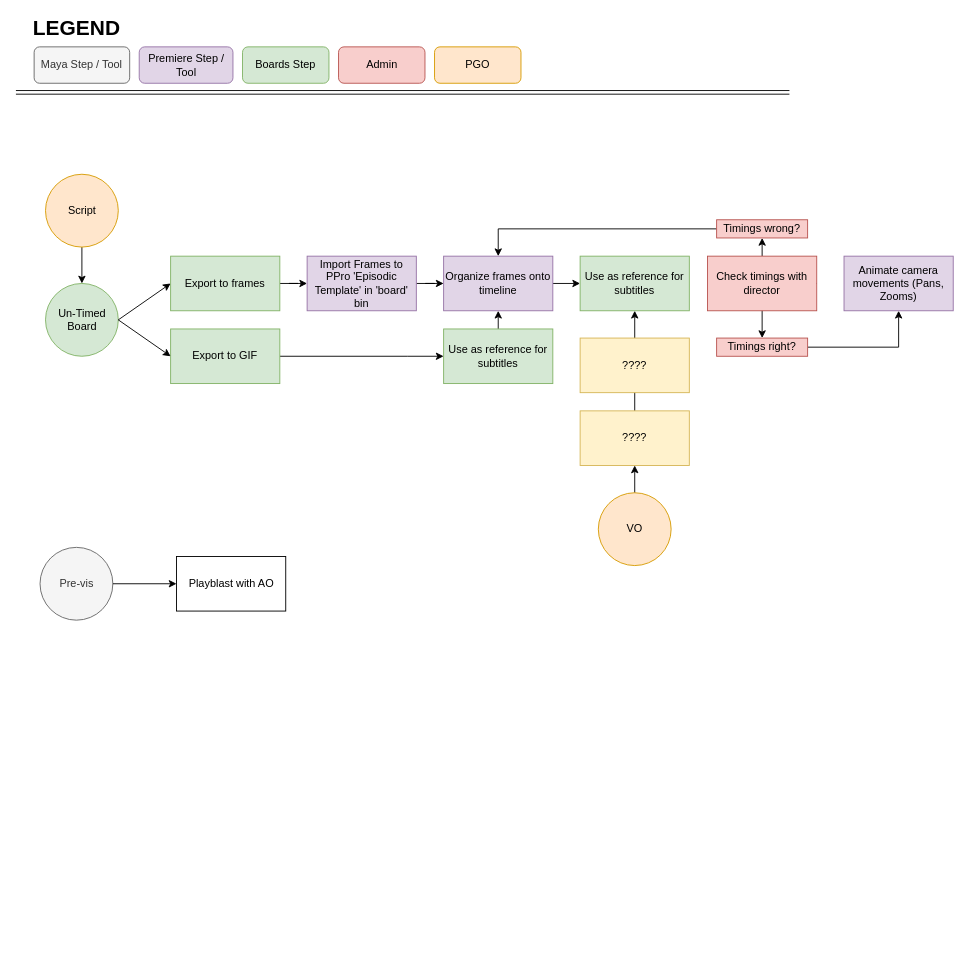
The draw.io diagram PPro Pipeline Flowchart.drawio in jpntong/ElbowGrease, before the edit. Source tidied: cells renumbered, new cells numbered last; positions are measured from the earlier drawing's top-left corner, leaving out a move shared by most shapes. Both pictures are drawn from the tidied source at 91%, with x=0, y=0 at pixel (15, 19).
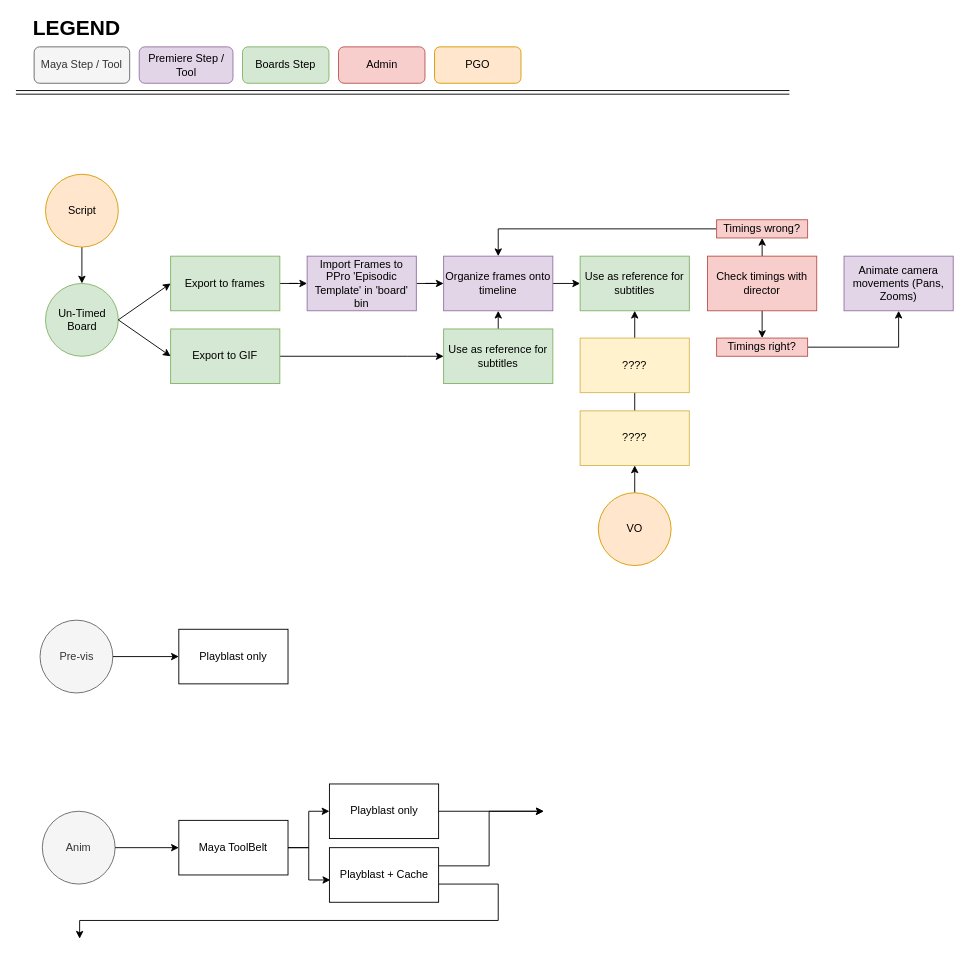
The same page after the edit.

Diff of the diagram source:
```diff
@@
     <mxCell id="2" value="Pre-vis" style="ellipse;whiteSpace=wrap;html=1;fillColor=#f5f5f5;strokeColor=#666666;fontColor=#333333;" parent="1" vertex="1">
-      <mxGeometry x="26.5" y="580" width="80" height="80" as="geometry" />
+      <mxGeometry x="26.5" y="660" width="80" height="80" as="geometry" />
     </mxCell>
-    <mxCell id="3" value="Playblast with AO" style="rounded=0;whiteSpace=wrap;html=1;" parent="1" vertex="1">
-      <mxGeometry x="176.5" y="590" width="120" height="60" as="geometry" />
-    </mxCell>
-    <mxCell id="4" style="endArrow=classic;html=1;exitX=1;exitY=0.5;exitDx=0;exitDy=0;entryX=0;entryY=0.5;entryDx=0;entryDy=0;" parent="1" edge="1" source="2" target="3">
+    <mxCell id="4" style="endArrow=classic;html=1;exitX=1;exitY=0.5;exitDx=0;exitDy=0;entryX=0;entryY=0.5;entryDx=0;entryDy=0;" parent="1" edge="1" source="2" target="41">
       <mxGeometry relative="1" as="geometry" />
     </mxCell>
@@
+    <mxCell id="41" value="Playblast only" style="rounded=0;whiteSpace=wrap;html=1;" parent="1" vertex="1">
+      <mxGeometry x="179" y="670" width="120" height="60" as="geometry" />
+    </mxCell>
+    <mxCell id="42" value="Anim" style="ellipse;whiteSpace=wrap;html=1;fillColor=#f5f5f5;strokeColor=#666666;fontColor=#333333;" parent="1" vertex="1">
+      <mxGeometry x="29" y="870" width="80" height="80" as="geometry" />
+    </mxCell>
+    <mxCell id="43" style="edgeStyle=orthogonalEdgeStyle;rounded=0;jettySize=auto;html=1;" parent="1" edge="1" source="45" target="48">
+      <mxGeometry relative="1" as="geometry" />
+    </mxCell>
+    <mxCell id="44" style="edgeStyle=orthogonalEdgeStyle;rounded=0;jettySize=auto;html=1;exitX=1;exitY=0.5;exitDx=0;exitDy=0;entryX=0.008;entryY=0.592;entryDx=0;entryDy=0;entryPerimeter=0;" parent="1" edge="1" source="45" target="51">
+      <mxGeometry relative="1" as="geometry" />
+    </mxCell>
+    <mxCell id="45" value="Maya ToolBelt" style="rounded=0;whiteSpace=wrap;html=1;" parent="1" vertex="1">
+      <mxGeometry x="179" y="880" width="120" height="60" as="geometry" />
+    </mxCell>
+    <mxCell id="46" style="endArrow=classic;html=1;exitX=1;exitY=0.5;exitDx=0;exitDy=0;entryX=0;entryY=0.5;entryDx=0;entryDy=0;" parent="1" edge="1" source="42" target="45">
+      <mxGeometry relative="1" as="geometry" />
+    </mxCell>
+    <mxCell id="47" style="edgeStyle=orthogonalEdgeStyle;rounded=0;jettySize=auto;html=1;" parent="1" edge="1" source="48">
+      <mxGeometry relative="1" as="geometry">
+        <mxPoint x="580" y="870" as="targetPoint" />
+      </mxGeometry>
+    </mxCell>
+    <mxCell id="48" value="Playblast only" style="rounded=0;whiteSpace=wrap;html=1;" parent="1" vertex="1">
+      <mxGeometry x="344.5" y="840" width="120" height="60" as="geometry" />
+    </mxCell>
+    <mxCell id="49" style="edgeStyle=orthogonalEdgeStyle;rounded=0;jettySize=auto;html=1;" parent="1" edge="1" source="51">
+      <mxGeometry relative="1" as="geometry">
+        <mxPoint x="580" y="870" as="targetPoint" />
+        <Array as="points">
+          <mxPoint x="520" y="930" />
+          <mxPoint x="520" y="870" />
+        </Array>
+      </mxGeometry>
+    </mxCell>
+    <mxCell id="50" style="edgeStyle=orthogonalEdgeStyle;rounded=0;jettySize=auto;html=1;" parent="1" edge="1" source="51">
+      <mxGeometry relative="1" as="geometry">
+        <mxPoint x="70" y="1010" as="targetPoint" />
+        <Array as="points">
+          <mxPoint x="530" y="950" />
+          <mxPoint x="530" y="990" />
+          <mxPoint x="70" y="990" />
+        </Array>
+      </mxGeometry>
+    </mxCell>
+    <mxCell id="51" value="Playblast + Cache" style="rounded=0;whiteSpace=wrap;html=1;" parent="1" vertex="1">
+      <mxGeometry x="344.5" y="910" width="120" height="60" as="geometry" />
+    </mxCell>
```
